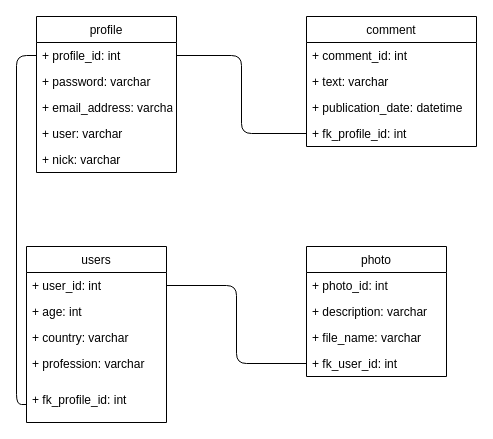
Earlier version of the draw.io diagram page "3_NF" (4 of 4) of social_network.drawio (e-karov/MySQL-v17.0). Source tidied: cells renumbered, new cells numbered last; positions are measured from the earlier drawing's top-left corner, leaving out a move shared by most shapes. Both pictures are drawn from the tidied source at 100%, with x=0, y=0 at pixel (26, 16).
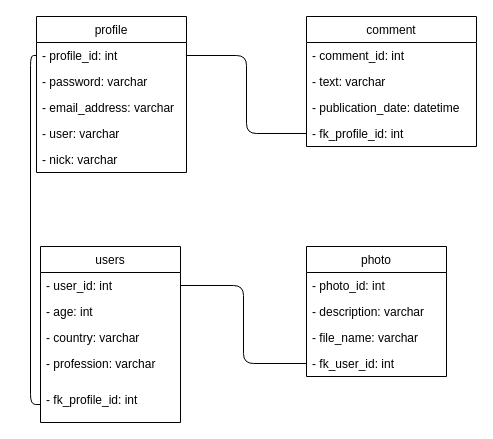
Above is the later version.

Unchanged cells that the change refers to:
```xml
<mxCell id="14" value="comment" style="swimlane;fontStyle=0;horizontal=1;startSize=26;fillColor=none;" parent="1" vertex="1">
  <mxGeometry x="280" width="170" height="130" as="geometry" />
</mxCell>
<mxCell id="19" value="photo" style="swimlane;fontStyle=0;horizontal=1;startSize=26;fillColor=none;" parent="1" vertex="1">
  <mxGeometry x="280" y="230" width="140" height="130" as="geometry" />
</mxCell>
```

Change to the diagram source:
```diff
@@
     <mxCell id="2" value="users" style="swimlane;fontStyle=0;horizontal=1;startSize=26;fillColor=none;" parent="1" vertex="1">
-      <mxGeometry y="230" width="140" height="176" as="geometry" />
+      <mxGeometry x="14" y="230" width="140" height="176" as="geometry" />
     </mxCell>
-    <mxCell id="3" value="+ user_id: int" style="text;strokeColor=none;fillColor=none;align=left;verticalAlign=top;spacingLeft=4;spacingRight=4;overflow=hidden;points=[[0,0.5],[1,0.5]];portConstraint=eastwest;" parent="2" vertex="1">
+    <mxCell id="3" value="- user_id: int" style="text;strokeColor=none;fillColor=none;align=left;verticalAlign=top;spacingLeft=4;spacingRight=4;overflow=hidden;points=[[0,0.5],[1,0.5]];portConstraint=eastwest;" parent="2" vertex="1">
       <mxGeometry y="26" width="140" height="26" as="geometry" />
     </mxCell>
-    <mxCell id="4" value="+ age: int" style="text;strokeColor=none;fillColor=none;align=left;verticalAlign=top;spacingLeft=4;spacingRight=4;overflow=hidden;" parent="2" vertex="1">
+    <mxCell id="4" value="- age: int" style="text;strokeColor=none;fillColor=none;align=left;verticalAlign=top;spacingLeft=4;spacingRight=4;overflow=hidden;" parent="2" vertex="1">
       <mxGeometry y="52" width="140" height="26" as="geometry" />
     </mxCell>
-    <mxCell id="5" value="+ country: varchar&#10;&#10;" style="text;strokeColor=none;fillColor=none;align=left;verticalAlign=top;spacingLeft=4;spacingRight=4;overflow=hidden;" parent="2" vertex="1">
+    <mxCell id="5" value="- country: varchar&#10;&#10;" style="text;strokeColor=none;fillColor=none;align=left;verticalAlign=top;spacingLeft=4;spacingRight=4;overflow=hidden;" parent="2" vertex="1">
       <mxGeometry y="78" width="140" height="26" as="geometry" />
     </mxCell>
-    <mxCell id="6" value="+ profession: varchar&#10;&#10;" style="text;strokeColor=none;fillColor=none;align=left;verticalAlign=top;spacingLeft=4;spacingRight=4;overflow=hidden;" parent="2" vertex="1">
+    <mxCell id="6" value="- profession: varchar&#10;&#10;" style="text;strokeColor=none;fillColor=none;align=left;verticalAlign=top;spacingLeft=4;spacingRight=4;overflow=hidden;" parent="2" vertex="1">
       <mxGeometry y="104" width="140" height="36" as="geometry" />
     </mxCell>
-    <mxCell id="7" value="+ fk_profile_id: int&#10;&#10;" style="text;strokeColor=none;fillColor=none;align=left;verticalAlign=top;spacingLeft=4;spacingRight=4;overflow=hidden;points=[[0,0.5],[1,0.5]];portConstraint=eastwest;" parent="2" vertex="1">
+    <mxCell id="7" value="- fk_profile_id: int&#10;&#10;" style="text;strokeColor=none;fillColor=none;align=left;verticalAlign=top;spacingLeft=4;spacingRight=4;overflow=hidden;points=[[0,0.5],[1,0.5]];portConstraint=eastwest;" parent="2" vertex="1">
       <mxGeometry y="140" width="140" height="36" as="geometry" />
     </mxCell>
     <mxCell id="8" value="profile" style="swimlane;fontStyle=0;horizontal=1;startSize=26;fillColor=none;" parent="1" vertex="1">
-      <mxGeometry x="10" width="140" height="156" as="geometry" />
+      <mxGeometry x="10" width="150" height="156" as="geometry" />
     </mxCell>
-    <mxCell id="9" value="+ profile_id: int" style="text;strokeColor=none;fillColor=none;align=left;verticalAlign=top;spacingLeft=4;spacingRight=4;overflow=hidden;points=[[0,0.5],[1,0.5]];portConstraint=eastwest;" parent="8" vertex="1">
-      <mxGeometry y="26" width="140" height="26" as="geometry" />
+    <mxCell id="9" value="- profile_id: int        " style="text;strokeColor=none;fillColor=none;align=left;verticalAlign=top;spacingLeft=4;spacingRight=4;overflow=hidden;points=[[0,0.5],[1,0.5]];portConstraint=eastwest;" parent="8" vertex="1">
+      <mxGeometry y="26" width="150" height="26" as="geometry" />
     </mxCell>
-    <mxCell id="10" value="+ password: varchar" style="text;strokeColor=none;fillColor=none;align=left;verticalAlign=top;spacingLeft=4;spacingRight=4;overflow=hidden;" parent="8" vertex="1">
-      <mxGeometry y="52" width="140" height="26" as="geometry" />
+    <mxCell id="10" value="- password: varchar" style="text;strokeColor=none;fillColor=none;align=left;verticalAlign=top;spacingLeft=4;spacingRight=4;overflow=hidden;" parent="8" vertex="1">
+      <mxGeometry y="52" width="150" height="26" as="geometry" />
     </mxCell>
-    <mxCell id="11" value="+ email_address: varchar" style="text;strokeColor=none;fillColor=none;align=left;verticalAlign=top;spacingLeft=4;spacingRight=4;overflow=hidden;" parent="8" vertex="1">
-      <mxGeometry y="78" width="140" height="26" as="geometry" />
+    <mxCell id="11" value="- email_address: varchar" style="text;strokeColor=none;fillColor=none;align=left;verticalAlign=top;spacingLeft=4;spacingRight=4;overflow=hidden;" parent="8" vertex="1">
+      <mxGeometry y="78" width="150" height="26" as="geometry" />
     </mxCell>
-    <mxCell id="12" value="+ user: varchar" style="text;strokeColor=none;fillColor=none;align=left;verticalAlign=top;spacingLeft=4;spacingRight=4;overflow=hidden;" parent="8" vertex="1">
-      <mxGeometry y="104" width="140" height="26" as="geometry" />
+    <mxCell id="12" value="- user: varchar" style="text;strokeColor=none;fillColor=none;align=left;verticalAlign=top;spacingLeft=4;spacingRight=4;overflow=hidden;" parent="8" vertex="1">
+      <mxGeometry y="104" width="150" height="26" as="geometry" />
     </mxCell>
-    <mxCell id="13" value="+ nick: varchar" style="text;strokeColor=none;fillColor=none;align=left;verticalAlign=top;spacingLeft=4;spacingRight=4;overflow=hidden;" parent="8" vertex="1">
-      <mxGeometry y="130" width="140" height="26" as="geometry" />
+    <mxCell id="13" value="- nick: varchar" style="text;strokeColor=none;fillColor=none;align=left;verticalAlign=top;spacingLeft=4;spacingRight=4;overflow=hidden;" parent="8" vertex="1">
+      <mxGeometry y="130" width="150" height="26" as="geometry" />
     </mxCell>
@@
-    <mxCell id="15" value="+ comment_id: int" style="text;strokeColor=none;fillColor=none;align=left;verticalAlign=top;spacingLeft=4;spacingRight=4;overflow=hidden;" parent="14" vertex="1">
+    <mxCell id="15" value="- comment_id: int" style="text;strokeColor=none;fillColor=none;align=left;verticalAlign=top;spacingLeft=4;spacingRight=4;overflow=hidden;" parent="14" vertex="1">
       <mxGeometry y="26" width="170" height="26" as="geometry" />
     </mxCell>
-    <mxCell id="16" value="+ text: varchar" style="text;strokeColor=none;fillColor=none;align=left;verticalAlign=top;spacingLeft=4;spacingRight=4;overflow=hidden;" parent="14" vertex="1">
+    <mxCell id="16" value="- text: varchar" style="text;strokeColor=none;fillColor=none;align=left;verticalAlign=top;spacingLeft=4;spacingRight=4;overflow=hidden;" parent="14" vertex="1">
       <mxGeometry y="52" width="170" height="26" as="geometry" />
     </mxCell>
-    <mxCell id="17" value="+ publication_date: datetime" style="text;strokeColor=none;fillColor=none;align=left;verticalAlign=top;spacingLeft=4;spacingRight=4;overflow=hidden;" parent="14" vertex="1">
+    <mxCell id="17" value="- publication_date: datetime" style="text;strokeColor=none;fillColor=none;align=left;verticalAlign=top;spacingLeft=4;spacingRight=4;overflow=hidden;" parent="14" vertex="1">
       <mxGeometry y="78" width="170" height="26" as="geometry" />
     </mxCell>
-    <mxCell id="18" value="+ fk_profile_id: int" style="text;strokeColor=none;fillColor=none;align=left;verticalAlign=top;spacingLeft=4;spacingRight=4;overflow=hidden;points=[[0,0.5],[1,0.5]];portConstraint=eastwest;" parent="14" vertex="1">
+    <mxCell id="18" value="- fk_profile_id: int" style="text;strokeColor=none;fillColor=none;align=left;verticalAlign=top;spacingLeft=4;spacingRight=4;overflow=hidden;points=[[0,0.5],[1,0.5]];portConstraint=eastwest;" parent="14" vertex="1">
       <mxGeometry y="104" width="170" height="26" as="geometry" />
     </mxCell>
@@
-    <mxCell id="20" value="+ photo_id: int" style="text;strokeColor=none;fillColor=none;align=left;verticalAlign=top;spacingLeft=4;spacingRight=4;overflow=hidden;" parent="19" vertex="1">
+    <mxCell id="20" value="- photo_id: int" style="text;strokeColor=none;fillColor=none;align=left;verticalAlign=top;spacingLeft=4;spacingRight=4;overflow=hidden;" parent="19" vertex="1">
       <mxGeometry y="26" width="140" height="26" as="geometry" />
     </mxCell>
-    <mxCell id="21" value="+ description: varchar" style="text;strokeColor=none;fillColor=none;align=left;verticalAlign=top;spacingLeft=4;spacingRight=4;overflow=hidden;" parent="19" vertex="1">
+    <mxCell id="21" value="- description: varchar" style="text;strokeColor=none;fillColor=none;align=left;verticalAlign=top;spacingLeft=4;spacingRight=4;overflow=hidden;" parent="19" vertex="1">
       <mxGeometry y="52" width="140" height="26" as="geometry" />
     </mxCell>
-    <mxCell id="22" value="+ file_name: varchar" style="text;strokeColor=none;fillColor=none;align=left;verticalAlign=top;spacingLeft=4;spacingRight=4;overflow=hidden;" parent="19" vertex="1">
+    <mxCell id="22" value="- file_name: varchar" style="text;strokeColor=none;fillColor=none;align=left;verticalAlign=top;spacingLeft=4;spacingRight=4;overflow=hidden;" parent="19" vertex="1">
       <mxGeometry y="78" width="140" height="26" as="geometry" />
     </mxCell>
-    <mxCell id="23" value="+ fk_user_id: int" style="text;strokeColor=none;fillColor=none;align=left;verticalAlign=top;spacingLeft=4;spacingRight=4;overflow=hidden;points=[[0,0.5],[1,0.5]];portConstraint=eastwest;" parent="19" vertex="1">
+    <mxCell id="23" value="- fk_user_id: int" style="text;strokeColor=none;fillColor=none;align=left;verticalAlign=top;spacingLeft=4;spacingRight=4;overflow=hidden;points=[[0,0.5],[1,0.5]];portConstraint=eastwest;" parent="19" vertex="1">
       <mxGeometry y="104" width="140" height="26" as="geometry" />
     </mxCell>
```
